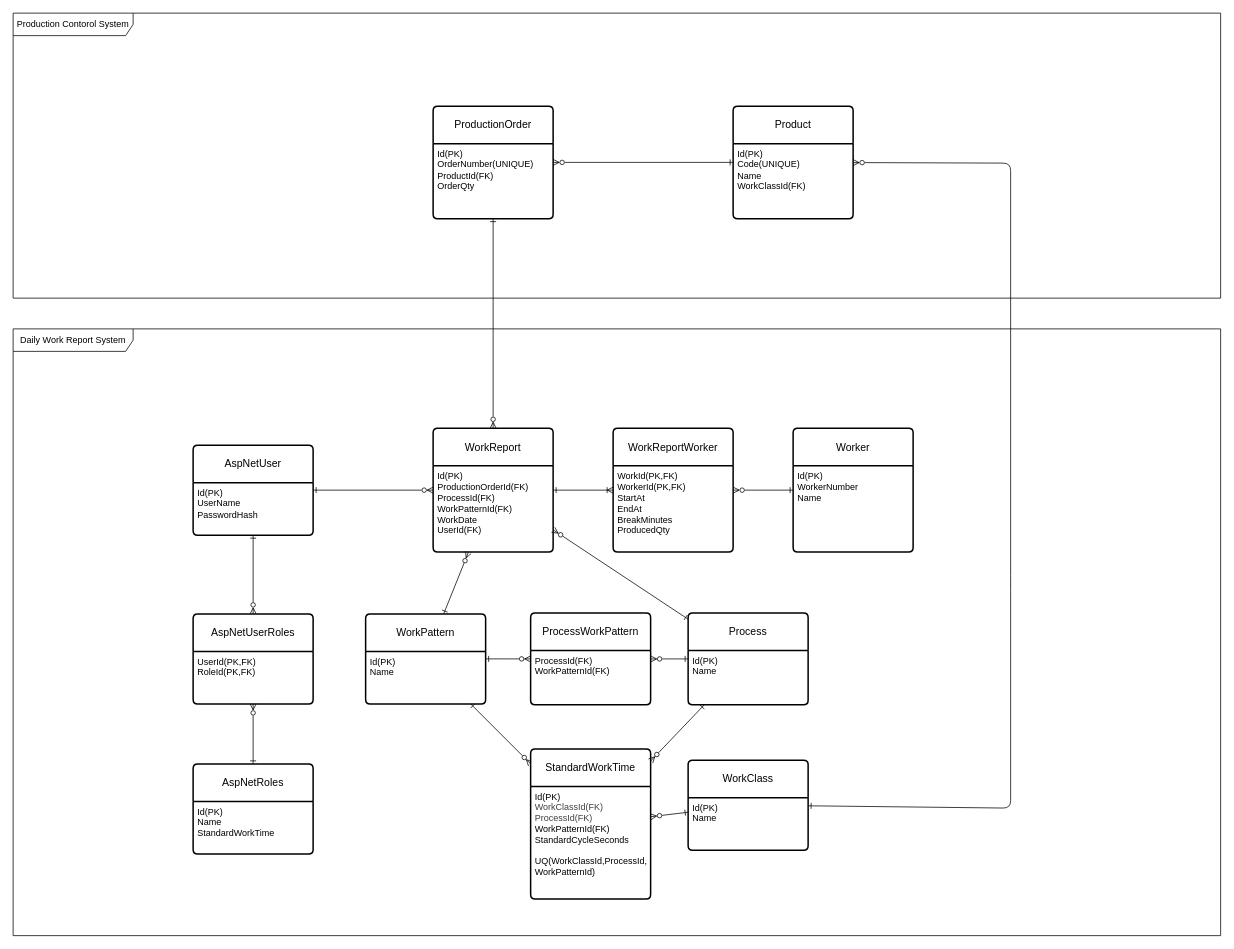
The draw.io diagram docs/er.drawio in junyatanak/work-report-system, before the edit. Source tidied: cells renumbered, new cells numbered last; positions are measured from the earlier drawing's top-left corner, leaving out a move shared by most shapes. Both pictures are drawn from the tidied source at 75%, with x=0, y=0 at pixel (13, 13).
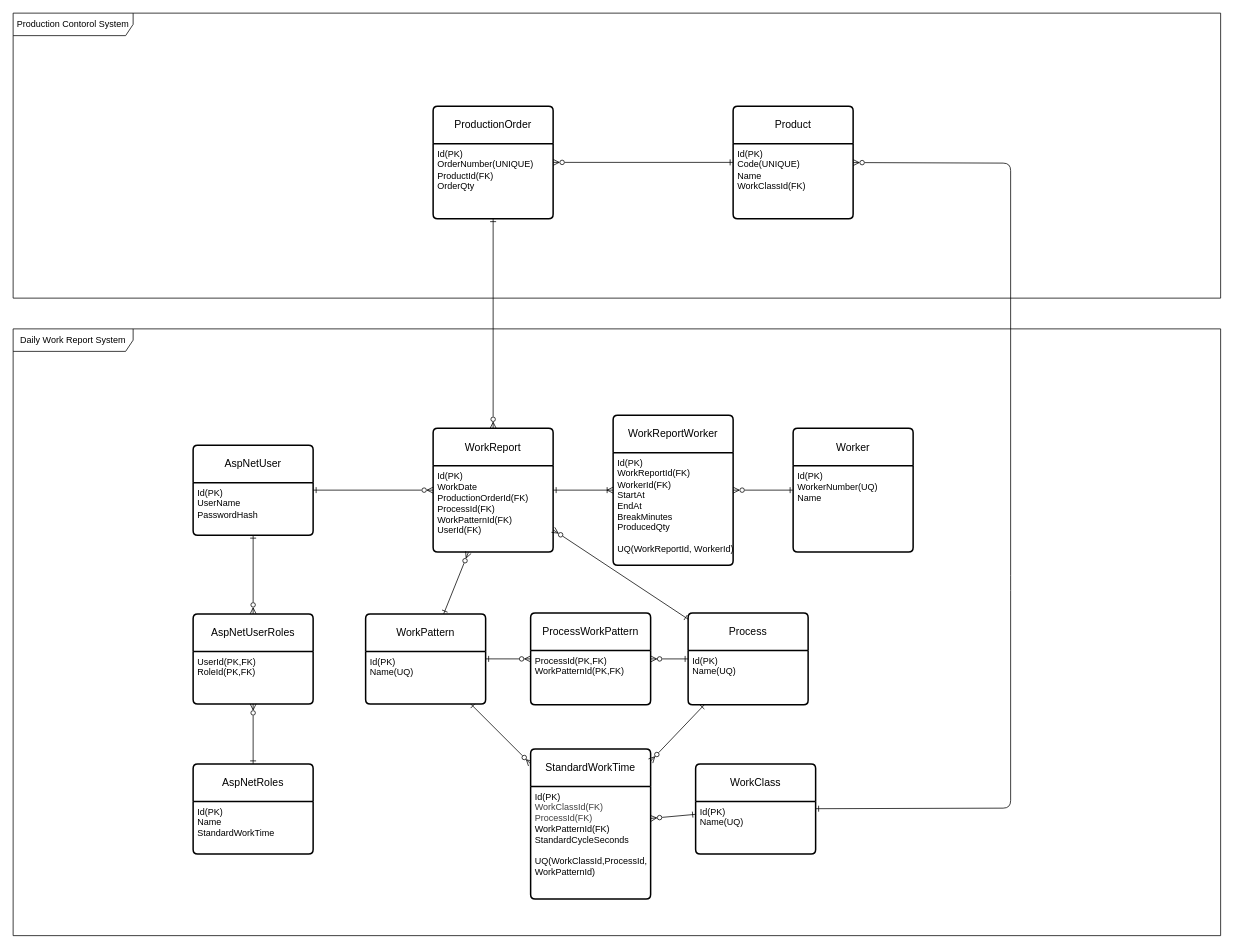
The same diagram, later.

Unchanged cells that the change refers to:
```xml
<mxCell id="2" value="Daily Work Report System" style="shape=umlFrame;whiteSpace=wrap;html=1;width=160;" parent="1" vertex="1">
  <mxGeometry y="421" width="1610" height="809" as="geometry" />
</mxCell>
<mxCell id="15" value="WorkReport" style="swimlane;horizontal=1;startSize=50;rounded=1;fontSize=14;fontStyle=0;strokeWidth=2;shadow=0;dashed=0;align=center;arcSize=4;whiteSpace=wrap;html=1;" parent="2" vertex="1">
  <mxGeometry x="560" y="132.5" width="160" height="165" as="geometry" />
</mxCell>
<mxCell id="20" value="Worker" style="swimlane;horizontal=1;startSize=50;rounded=1;fontSize=14;fontStyle=0;strokeWidth=2;shadow=0;dashed=0;align=center;arcSize=4;whiteSpace=wrap;html=1;" parent="2" vertex="1">
  <mxGeometry x="1040" y="132.5" width="160" height="165" as="geometry" />
</mxCell>
<mxCell id="24" value="Process" style="swimlane;horizontal=1;startSize=50;rounded=1;fontSize=14;fontStyle=0;strokeWidth=2;shadow=0;dashed=0;align=center;arcSize=4;whiteSpace=wrap;html=1;" parent="2" vertex="1">
  <mxGeometry x="900" y="378.8" width="160" height="122.5" as="geometry" />
</mxCell>
<mxCell id="29" value="WorkPattern" style="swimlane;horizontal=1;startSize=50;rounded=1;fontSize=14;fontStyle=0;strokeWidth=2;shadow=0;dashed=0;align=center;arcSize=4;whiteSpace=wrap;html=1;" parent="2" vertex="1">
  <mxGeometry x="470" y="380" width="160" height="120" as="geometry" />
</mxCell>
<mxCell id="31" value="ProcessWorkPattern" style="swimlane;horizontal=1;startSize=50;rounded=1;fontSize=14;fontStyle=0;strokeWidth=2;shadow=0;dashed=0;align=center;arcSize=4;whiteSpace=wrap;html=1;" parent="2" vertex="1">
  <mxGeometry x="690" y="378.8" width="160" height="122.5" as="geometry" />
</mxCell>
```

Diff of the diagram source:
```diff
@@
-    <mxCell id="16" value="Id(PK)&lt;div&gt;&lt;font color=&quot;#000000&quot;&gt;ProductionOrderId(FK)&lt;/font&gt;&lt;/div&gt;&lt;div&gt;&lt;font color=&quot;#000000&quot;&gt;ProcessId(FK)&lt;/font&gt;&lt;/div&gt;&lt;div&gt;&lt;font color=&quot;#000000&quot;&gt;WorkPatternId(FK)&lt;/font&gt;&lt;/div&gt;&lt;div&gt;&lt;font color=&quot;#000000&quot;&gt;WorkDate&lt;/font&gt;&lt;/div&gt;&lt;div&gt;UserId(FK)&lt;/div&gt;" style="align=left;strokeColor=none;fillColor=none;spacingLeft=4;fontSize=12;verticalAlign=top;html=1;" parent="15" vertex="1">
+    <mxCell id="16" value="Id(PK)&lt;div&gt;&lt;span style=&quot;color: rgb(0, 0, 0);&quot;&gt;WorkDate&lt;/span&gt;&lt;font color=&quot;#000000&quot;&gt;&lt;br&gt;&lt;/font&gt;&lt;div&gt;&lt;font color=&quot;#000000&quot;&gt;ProductionOrderId(FK)&lt;/font&gt;&lt;/div&gt;&lt;div&gt;&lt;font color=&quot;#000000&quot;&gt;ProcessId(FK)&lt;/font&gt;&lt;/div&gt;&lt;div&gt;&lt;font color=&quot;#000000&quot;&gt;WorkPatternId(FK)&lt;/font&gt;&lt;/div&gt;&lt;div&gt;UserId(FK)&lt;/div&gt;&lt;/div&gt;" style="align=left;strokeColor=none;fillColor=none;spacingLeft=4;fontSize=12;verticalAlign=top;html=1;" parent="15" vertex="1">
       <mxGeometry y="50" width="160" height="115" as="geometry" />
     </mxCell>
@@
     <mxCell id="18" value="WorkReportWorker" style="swimlane;horizontal=1;startSize=50;rounded=1;fontSize=14;fontStyle=0;strokeWidth=2;shadow=0;dashed=0;align=center;arcSize=4;whiteSpace=wrap;html=1;" parent="2" vertex="1">
-      <mxGeometry x="800" y="132.5" width="160" height="165" as="geometry" />
+      <mxGeometry x="800" y="115" width="160" height="200" as="geometry" />
     </mxCell>
-    <mxCell id="19" value="WorkId(PK,FK)&lt;div&gt;&lt;font color=&quot;#000000&quot;&gt;WorkerId(PK,FK)&lt;/font&gt;&lt;/div&gt;&lt;div&gt;&lt;font color=&quot;#000000&quot;&gt;StartAt&lt;/font&gt;&lt;/div&gt;&lt;div&gt;&lt;font color=&quot;#000000&quot;&gt;EndAt&lt;/font&gt;&lt;/div&gt;&lt;div&gt;&lt;font color=&quot;#000000&quot;&gt;BreakMinutes&lt;/font&gt;&lt;/div&gt;&lt;div&gt;&lt;font color=&quot;#000000&quot;&gt;ProducedQty&lt;/font&gt;&lt;/div&gt;" style="align=left;strokeColor=none;fillColor=none;spacingLeft=4;fontSize=12;verticalAlign=top;html=1;" parent="18" vertex="1">
-      <mxGeometry y="50" width="160" height="115" as="geometry" />
+    <mxCell id="19" value="&lt;div&gt;Id(PK)&lt;/div&gt;WorkReportId(FK)&lt;div&gt;&lt;font color=&quot;#000000&quot;&gt;WorkerId(FK)&lt;/font&gt;&lt;/div&gt;&lt;div&gt;&lt;font color=&quot;#000000&quot;&gt;StartAt&lt;/font&gt;&lt;/div&gt;&lt;div&gt;&lt;font color=&quot;#000000&quot;&gt;EndAt&lt;/font&gt;&lt;/div&gt;&lt;div&gt;&lt;font color=&quot;#000000&quot;&gt;BreakMinutes&lt;/font&gt;&lt;/div&gt;&lt;div&gt;&lt;font color=&quot;#000000&quot;&gt;ProducedQty&lt;/font&gt;&lt;/div&gt;&lt;div&gt;&lt;font color=&quot;#000000&quot;&gt;&lt;br&gt;&lt;/font&gt;&lt;/div&gt;&lt;div&gt;&lt;font color=&quot;#000000&quot;&gt;UQ(WorkReportId, WorkerId)&lt;/font&gt;&lt;/div&gt;" style="align=left;strokeColor=none;fillColor=none;spacingLeft=4;fontSize=12;verticalAlign=top;html=1;" parent="18" vertex="1">
+      <mxGeometry y="50" width="160" height="150" as="geometry" />
     </mxCell>
@@
-    <mxCell id="21" value="Id(PK)&lt;div&gt;&lt;font color=&quot;#000000&quot;&gt;WorkerNumber&lt;br&gt;&lt;/font&gt;&lt;div&gt;Name&lt;/div&gt;&lt;/div&gt;" style="align=left;strokeColor=none;fillColor=none;spacingLeft=4;fontSize=12;verticalAlign=top;html=1;" parent="20" vertex="1">
+    <mxCell id="21" value="Id(PK)&lt;div&gt;&lt;font color=&quot;#000000&quot;&gt;WorkerNumber(UQ)&lt;br&gt;&lt;/font&gt;&lt;div&gt;Name&lt;/div&gt;&lt;/div&gt;" style="align=left;strokeColor=none;fillColor=none;spacingLeft=4;fontSize=12;verticalAlign=top;html=1;" parent="20" vertex="1">
       <mxGeometry y="50" width="160" height="115" as="geometry" />
     </mxCell>
@@
-    <mxCell id="25" value="Id(PK)&lt;div&gt;&lt;font color=&quot;#000000&quot;&gt;Name&lt;/font&gt;&lt;/div&gt;" style="align=left;strokeColor=none;fillColor=none;spacingLeft=4;fontSize=12;verticalAlign=top;html=1;" parent="24" vertex="1">
+    <mxCell id="25" value="Id(PK)&lt;div&gt;&lt;font color=&quot;#000000&quot;&gt;Name(UQ)&lt;/font&gt;&lt;/div&gt;" style="align=left;strokeColor=none;fillColor=none;spacingLeft=4;fontSize=12;verticalAlign=top;html=1;" parent="24" vertex="1">
       <mxGeometry y="50" width="160" height="72.5" as="geometry" />
     </mxCell>
@@
-    <mxCell id="30" value="Id(PK)&lt;div&gt;Name&lt;/div&gt;" style="align=left;strokeColor=none;fillColor=none;spacingLeft=4;fontSize=12;verticalAlign=top;html=1;" parent="29" vertex="1">
+    <mxCell id="30" value="Id(PK)&lt;div&gt;Name(UQ)&lt;/div&gt;" style="align=left;strokeColor=none;fillColor=none;spacingLeft=4;fontSize=12;verticalAlign=top;html=1;" parent="29" vertex="1">
       <mxGeometry y="50" width="160" height="70" as="geometry" />
     </mxCell>
@@
-    <mxCell id="32" value="ProcessId(FK)&lt;div&gt;WorkPatternId(FK)&lt;/div&gt;" style="align=left;strokeColor=none;fillColor=none;spacingLeft=4;fontSize=12;verticalAlign=top;html=1;" parent="31" vertex="1">
+    <mxCell id="32" value="ProcessId(PK,FK)&lt;div&gt;WorkPatternId(PK,FK)&lt;/div&gt;" style="align=left;strokeColor=none;fillColor=none;spacingLeft=4;fontSize=12;verticalAlign=top;html=1;" parent="31" vertex="1">
       <mxGeometry y="50" width="160" height="72.5" as="geometry" />
     </mxCell>
@@
     <mxCell id="35" value="WorkClass" style="swimlane;horizontal=1;startSize=50;rounded=1;fontSize=14;fontStyle=0;strokeWidth=2;shadow=0;dashed=0;align=center;arcSize=4;whiteSpace=wrap;html=1;" parent="2" vertex="1">
-      <mxGeometry x="900" y="575" width="160" height="120" as="geometry" />
+      <mxGeometry x="910" y="580" width="160" height="120" as="geometry" />
     </mxCell>
-    <mxCell id="36" value="Id(PK)&lt;br&gt;&lt;div&gt;Name&lt;/div&gt;" style="align=left;strokeColor=none;fillColor=none;spacingLeft=4;fontSize=12;verticalAlign=top;html=1;" parent="35" vertex="1">
+    <mxCell id="36" value="Id(PK)&lt;br&gt;&lt;div&gt;Name(UQ)&lt;/div&gt;" style="align=left;strokeColor=none;fillColor=none;spacingLeft=4;fontSize=12;verticalAlign=top;html=1;" parent="35" vertex="1">
       <mxGeometry y="50" width="160" height="70" as="geometry" />
     </mxCell>
```
